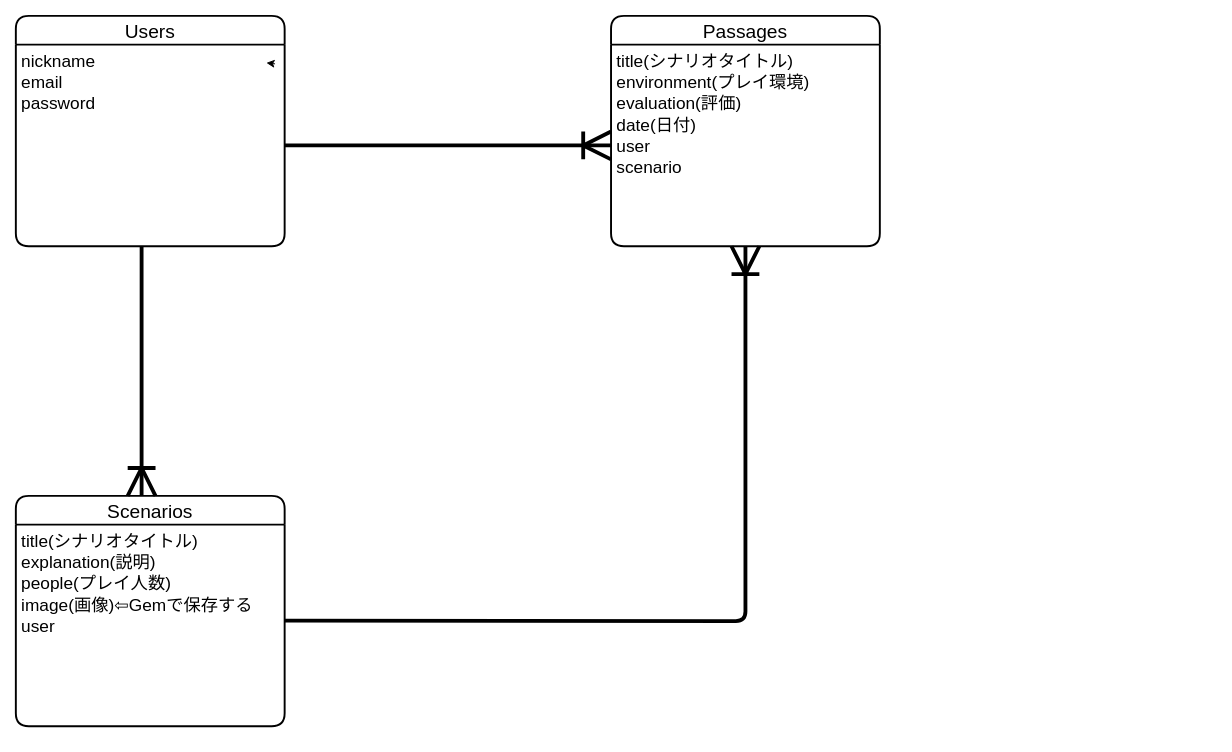
randy1105/madamisu_card keeps this draw.io diagram as madamisu.dio. Above is the earlier version. Source tidied: cells renumbered, new cells numbered last; positions are measured from the earlier drawing's top-left corner, leaving out a move shared by most shapes. Both pictures are drawn from the tidied source at 96%, with x=0, y=0 at pixel (15, 15).
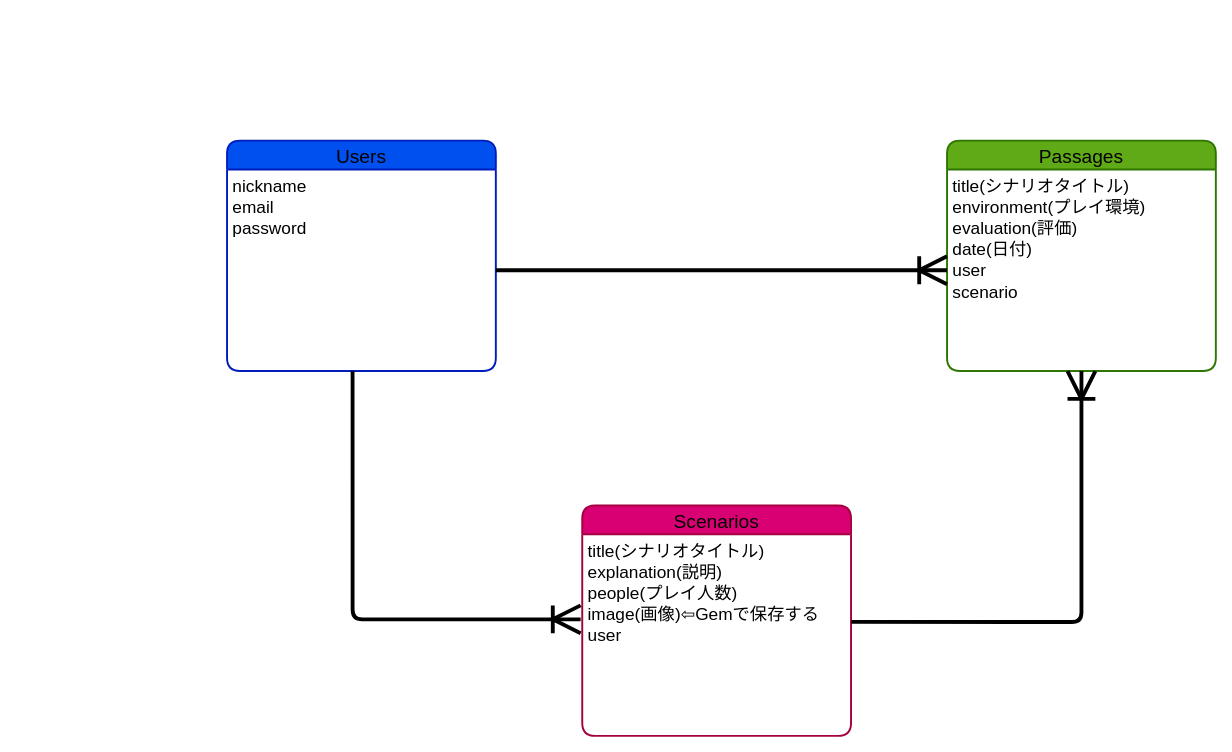
After the change.

The edit, as a diff of the source:
```diff
@@
-<mxGraphModel>
+<mxGraphModel background="#ffffff">
   <root>
     <mxCell id="0" />
     <mxCell id="1" parent="0" />
-    <mxCell id="2" style="edgeStyle=none;html=1;exitX=1;exitY=0;exitDx=0;exitDy=0;entryX=0.936;entryY=-0.017;entryDx=0;entryDy=0;entryPerimeter=0;" parent="1" edge="1">
-      <mxGeometry relative="1" as="geometry">
-        <mxPoint x="270" y="50" as="sourcePoint" />
-        <mxPoint x="261" y="49" as="targetPoint" />
-      </mxGeometry>
-    </mxCell>
-    <mxCell id="3" value="Passages" style="swimlane;horizontal=1;startSize=30;rounded=1;fontSize=20;fontStyle=0;strokeWidth=2;shadow=0;dashed=0;align=center;" parent="1" vertex="1">
-      <mxGeometry x="620" width="280" height="240" as="geometry" />
+    <mxCell id="3" value="Passages" style="swimlane;horizontal=1;startSize=30;rounded=1;fontSize=20;fontStyle=0;strokeWidth=2;shadow=0;dashed=0;align=center;fillColor=#60a917;fontColor=#000000;strokeColor=#2D7600;" parent="1" vertex="1">
+      <mxGeometry x="970" y="130" width="280" height="240" as="geometry" />
     </mxCell>
-    <mxCell id="4" value="title(シナリオタイトル)&#10;environment(プレイ環境)&#10;evaluation(評価)&#10;date(日付)&#10;user&#10;scenario" style="align=left;strokeColor=none;fillColor=none;spacingLeft=4;fontSize=18;verticalAlign=top;" parent="3" vertex="1">
+    <mxCell id="4" value="title(シナリオタイトル)&#10;environment(プレイ環境)&#10;evaluation(評価)&#10;date(日付)&#10;user&#10;scenario" style="align=left;strokeColor=none;fillColor=none;spacingLeft=4;fontSize=18;verticalAlign=top;fontColor=#000000;" parent="3" vertex="1">
       <mxGeometry y="30" width="280" height="210" as="geometry" />
     </mxCell>
-    <mxCell id="5" value="Users" style="swimlane;horizontal=1;startSize=30;rounded=1;fontSize=20;fontStyle=0;strokeWidth=2;shadow=0;dashed=0;align=center;" parent="1" vertex="1">
-      <mxGeometry width="280" height="240" as="geometry" />
+    <mxCell id="5" value="Users" style="swimlane;horizontal=1;startSize=30;rounded=1;fontSize=20;fontStyle=0;strokeWidth=2;shadow=0;dashed=0;align=center;fillColor=#0050ef;fontColor=#000000;strokeColor=#001DBC;" parent="1" vertex="1">
+      <mxGeometry x="220" y="130" width="280" height="240" as="geometry" />
     </mxCell>
-    <mxCell id="6" value="nickname&#10;email&#10;password&#10;" style="align=left;strokeColor=none;fillColor=none;spacingLeft=4;fontSize=18;verticalAlign=top;" parent="5" vertex="1">
+    <mxCell id="6" value="nickname&#10;email&#10;password&#10;" style="align=left;strokeColor=none;fillColor=none;spacingLeft=4;fontSize=18;verticalAlign=top;fontColor=#000000;" parent="5" vertex="1">
       <mxGeometry y="30" width="280" height="210" as="geometry" />
     </mxCell>
-    <mxCell id="7" style="edgeStyle=entityRelationEdgeStyle;fontSize=12;html=1;endArrow=ERoneToMany;entryX=0;entryY=0.5;entryDx=0;entryDy=0;exitX=1;exitY=0.5;exitDx=0;exitDy=0;strokeWidth=4;endSize=24;endFill=0;" parent="1" edge="1" source="6" target="4">
+    <mxCell id="7" style="edgeStyle=entityRelationEdgeStyle;fontSize=12;html=1;endArrow=ERoneToMany;entryX=0;entryY=0.5;entryDx=0;entryDy=0;exitX=1;exitY=0.5;exitDx=0;exitDy=0;strokeWidth=4;endSize=24;endFill=0;fontColor=#000000;labelBorderColor=#000000;strokeColor=#000000;" parent="1" edge="1" source="6" target="4">
       <mxGeometry relative="1" as="geometry" />
     </mxCell>
-    <mxCell id="8" value="Scenarios" style="swimlane;horizontal=1;startSize=30;rounded=1;fontSize=20;fontStyle=0;strokeWidth=2;shadow=0;dashed=0;align=center;" parent="1" vertex="1">
-      <mxGeometry y="500" width="280" height="240" as="geometry" />
+    <mxCell id="8" value="Scenarios" style="swimlane;horizontal=1;startSize=30;rounded=1;fontSize=20;fontStyle=0;strokeWidth=2;shadow=0;dashed=0;align=center;fillColor=#d80073;fontColor=#000000;strokeColor=#A50040;" parent="1" vertex="1">
+      <mxGeometry x="590" y="510" width="280" height="240" as="geometry" />
     </mxCell>
-    <mxCell id="9" value="title(シナリオタイトル)&#10;explanation(説明)&#10;people(プレイ人数)&#10;image(画像)⇦Gemで保存する&#10;user&#10;" style="align=left;strokeColor=none;fillColor=none;spacingLeft=4;fontSize=18;verticalAlign=top;" parent="8" vertex="1">
+    <mxCell id="9" value="title(シナリオタイトル)&#10;explanation(説明)&#10;people(プレイ人数)&#10;image(画像)⇦Gemで保存する&#10;user&#10;" style="align=left;strokeColor=none;fillColor=none;spacingLeft=4;fontSize=18;verticalAlign=top;fontColor=#000000;" parent="8" vertex="1">
       <mxGeometry y="30" width="280" height="210" as="geometry" />
     </mxCell>
-    <mxCell id="10" style="edgeStyle=orthogonalEdgeStyle;fontSize=12;html=1;endArrow=ERoneToMany;strokeWidth=4;endSize=24;endFill=0;exitX=0.467;exitY=1;exitDx=0;exitDy=0;exitPerimeter=0;" parent="1" edge="1" source="6">
+    <mxCell id="10" style="edgeStyle=orthogonalEdgeStyle;fontSize=12;html=1;endArrow=ERoneToMany;strokeWidth=4;endSize=24;endFill=0;exitX=0.467;exitY=1;exitDx=0;exitDy=0;exitPerimeter=0;strokeColor=#000000;entryX=-0.006;entryY=0.422;entryDx=0;entryDy=0;entryPerimeter=0;" parent="1" edge="1" source="6" target="9">
       <mxGeometry relative="1" as="geometry">
-        <mxPoint x="131" y="500" as="targetPoint" />
         <Array as="points">
-          <mxPoint x="131" y="500" />
+          <mxPoint x="351" y="629" />
         </Array>
       </mxGeometry>
     </mxCell>
-    <mxCell id="11" style="edgeStyle=orthogonalEdgeStyle;fontSize=12;html=1;endArrow=ERoneToMany;exitX=1;exitY=0.5;exitDx=0;exitDy=0;strokeWidth=4;endSize=24;endFill=0;entryX=0.5;entryY=1;entryDx=0;entryDy=0;" parent="1" edge="1" target="4">
-      <mxGeometry relative="1" as="geometry">
-        <mxPoint x="280" y="630" as="sourcePoint" />
-      </mxGeometry>
+    <mxCell id="11" style="edgeStyle=orthogonalEdgeStyle;fontSize=12;html=1;endArrow=ERoneToMany;strokeWidth=4;endSize=24;endFill=0;entryX=0.5;entryY=1;entryDx=0;entryDy=0;strokeColor=#000000;exitX=1.001;exitY=0.435;exitDx=0;exitDy=0;exitPerimeter=0;" parent="1" edge="1" source="9" target="4">
+      <mxGeometry relative="1" as="geometry" />
     </mxCell>
   </root>
 </mxGraphModel>
```
